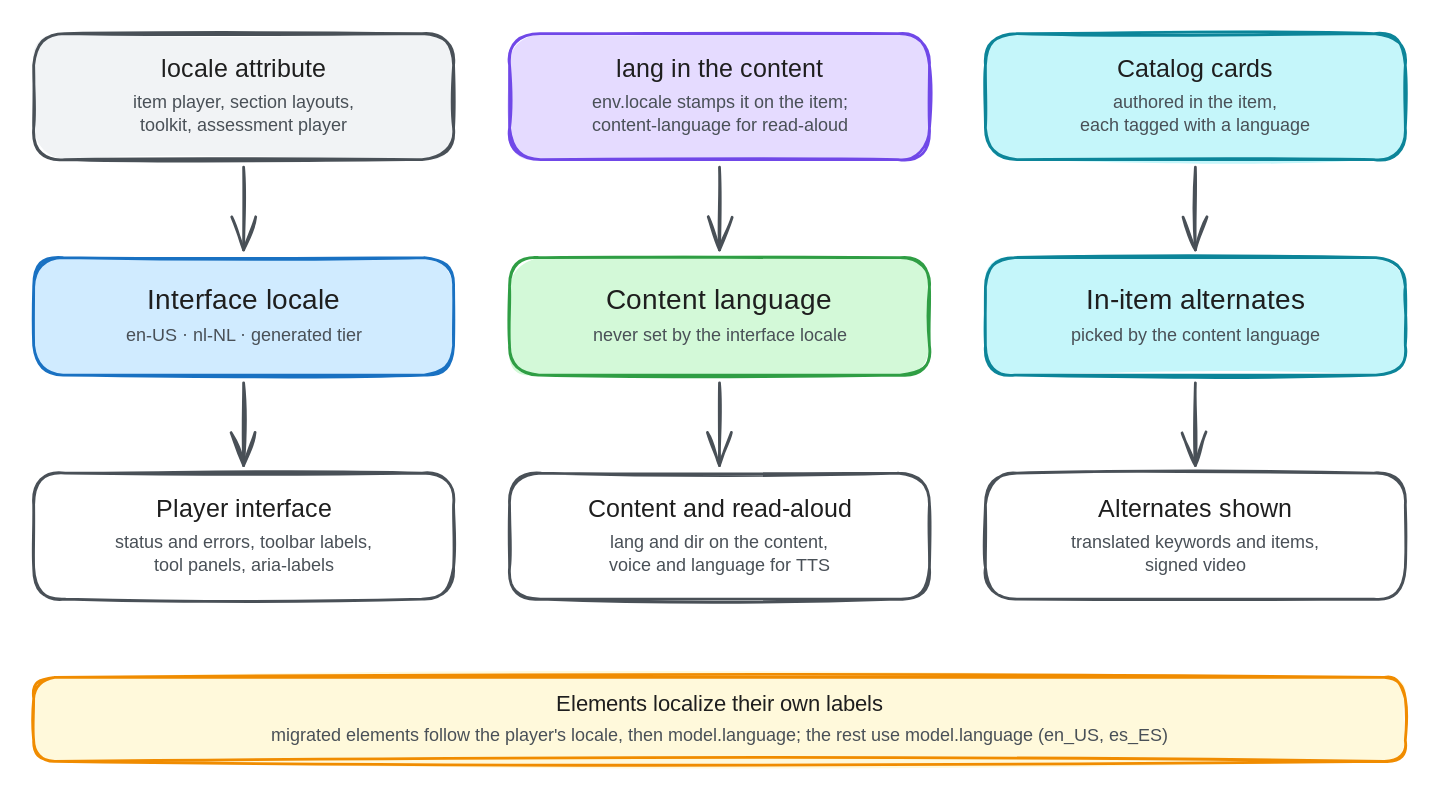
Before: packages/pie-website-app/static/images/diagrams/localization-channels.excalidraw.svg, a diagram exported from Excalidraw (pie-framework/pie-website-ng). Source tidied: one line per element, renumbered; positions are measured from the earlier drawing's top-left corner, leaving out a move shared by most shapes. The source it was exported from:
```json
{"id": 0, "type": "rectangle", "strokeColor": "#495057", "backgroundColor": "#f1f3f5", "fillStyle": "solid", "strokeWidth": 2, "roughness": 1, "round": true, "x": 0, "y": 0, "width": 300, "height": 90}
{"id": 1, "type": "text", "text": "locale attribute", "strokeColor": "#1e1e1e", "strokeWidth": 2, "roughness": 1, "fontSize": 18, "fontFamily": 5, "textAlign": "center", "x": 81, "y": 16, "width": 137, "height": 22}
{"id": 2, "type": "text", "text": "item player, section layouts,\ntoolkit, assessment player", "strokeColor": "#495057", "strokeWidth": 2, "roughness": 1, "fontSize": 13, "fontFamily": 5, "textAlign": "center", "x": 62, "y": 42, "width": 176, "height": 32}
{"id": 3, "type": "rectangle", "strokeColor": "#1971c2", "backgroundColor": "#d0ebff", "fillStyle": "solid", "strokeWidth": 2, "roughness": 1, "round": true, "x": 0, "y": 160, "width": 300, "height": 84}
{"id": 4, "type": "text", "text": "Interface locale", "strokeColor": "#1e1e1e", "strokeWidth": 2, "roughness": 1, "fontSize": 20, "fontFamily": 5, "textAlign": "center", "x": 72, "y": 179, "width": 155, "height": 25}
{"id": 5, "type": "text", "text": "en-US · nl-NL · generated tier", "strokeColor": "#495057", "strokeWidth": 2, "roughness": 1, "fontSize": 13, "fontFamily": 5, "textAlign": "center", "x": 51, "y": 208, "width": 197, "height": 16}
{"id": 6, "type": "rectangle", "strokeColor": "#495057", "backgroundColor": "#ffffff", "fillStyle": "solid", "strokeWidth": 2, "roughness": 1, "round": true, "x": 0, "y": 314, "width": 300, "height": 90}
{"id": 7, "type": "text", "text": "Player interface", "strokeColor": "#1e1e1e", "strokeWidth": 2, "roughness": 1, "fontSize": 18, "fontFamily": 5, "textAlign": "center", "x": 80, "y": 330, "width": 140, "height": 22}
{"id": 8, "type": "text", "text": "status and errors, toolbar labels,\ntool panels, aria-labels", "strokeColor": "#495057", "strokeWidth": 2, "roughness": 1, "fontSize": 13, "fontFamily": 5, "textAlign": "center", "x": 44, "y": 356, "width": 211, "height": 32}
{"id": 9, "type": "rectangle", "strokeColor": "#7048e8", "backgroundColor": "#e5dbff", "fillStyle": "solid", "strokeWidth": 2, "roughness": 1, "round": true, "x": 340, "y": 0, "width": 300, "height": 90}
{"id": 10, "type": "text", "text": "lang in the content", "strokeColor": "#1e1e1e", "strokeWidth": 2, "roughness": 1, "fontSize": 18, "fontFamily": 5, "textAlign": "center", "x": 406, "y": 16, "width": 168, "height": 22}
{"id": 11, "type": "text", "text": "env.locale stamps it on the item;\ncontent-language for read-aloud", "strokeColor": "#495057", "strokeWidth": 2, "roughness": 1, "fontSize": 13, "fontFamily": 5, "textAlign": "center", "x": 382, "y": 42, "width": 217, "height": 32}
{"id": 12, "type": "rectangle", "strokeColor": "#2f9e44", "backgroundColor": "#d3f9d8", "fillStyle": "solid", "strokeWidth": 2, "roughness": 1, "round": true, "x": 340, "y": 160, "width": 300, "height": 84}
{"id": 13, "type": "text", "text": "Content language", "strokeColor": "#1e1e1e", "strokeWidth": 2, "roughness": 1, "fontSize": 20, "fontFamily": 5, "textAlign": "center", "x": 406, "y": 179, "width": 168, "height": 25}
{"id": 14, "type": "text", "text": "never set by the interface locale", "strokeColor": "#495057", "strokeWidth": 2, "roughness": 1, "fontSize": 13, "fontFamily": 5, "textAlign": "center", "x": 382, "y": 208, "width": 217, "height": 16}
{"id": 15, "type": "rectangle", "strokeColor": "#495057", "backgroundColor": "#ffffff", "fillStyle": "solid", "strokeWidth": 2, "roughness": 1, "round": true, "x": 340, "y": 314, "width": 300, "height": 90}
{"id": 16, "type": "text", "text": "Content and read-aloud", "strokeColor": "#1e1e1e", "strokeWidth": 2, "roughness": 1, "fontSize": 18, "fontFamily": 5, "textAlign": "center", "x": 391, "y": 330, "width": 198, "height": 22}
{"id": 17, "type": "text", "text": "lang and dir on the content,\nvoice and language for TTS", "strokeColor": "#495057", "strokeWidth": 2, "roughness": 1, "fontSize": 13, "fontFamily": 5, "textAlign": "center", "x": 398, "y": 356, "width": 184, "height": 32}
{"id": 18, "type": "rectangle", "strokeColor": "#0c8599", "backgroundColor": "#c5f6fa", "fillStyle": "solid", "strokeWidth": 2, "roughness": 1, "round": true, "x": 680, "y": 0, "width": 300, "height": 90}
{"id": 19, "type": "text", "text": "Catalog cards", "strokeColor": "#1e1e1e", "strokeWidth": 2, "roughness": 1, "fontSize": 18, "fontFamily": 5, "textAlign": "center", "x": 769, "y": 16, "width": 122, "height": 22}
{"id": 20, "type": "text", "text": "authored in the item,\neach tagged with a language", "strokeColor": "#495057", "strokeWidth": 2, "roughness": 1, "fontSize": 13, "fontFamily": 5, "textAlign": "center", "x": 740, "y": 42, "width": 181, "height": 32}
{"id": 21, "type": "rectangle", "strokeColor": "#0c8599", "backgroundColor": "#c5f6fa", "fillStyle": "solid", "strokeWidth": 2, "roughness": 1, "round": true, "x": 680, "y": 160, "width": 300, "height": 84}
{"id": 22, "type": "text", "text": "In-item alternates", "strokeColor": "#1e1e1e", "strokeWidth": 2, "roughness": 1, "fontSize": 20, "fontFamily": 5, "textAlign": "center", "x": 741, "y": 179, "width": 178, "height": 25}
{"id": 23, "type": "text", "text": "picked by the content language", "strokeColor": "#495057", "strokeWidth": 2, "roughness": 1, "fontSize": 13, "fontFamily": 5, "textAlign": "center", "x": 731, "y": 208, "width": 198, "height": 16}
{"id": 24, "type": "rectangle", "strokeColor": "#495057", "backgroundColor": "#ffffff", "fillStyle": "solid", "strokeWidth": 2, "roughness": 1, "round": true, "x": 680, "y": 314, "width": 300, "height": 90}
{"id": 25, "type": "text", "text": "Alternates shown", "strokeColor": "#1e1e1e", "strokeWidth": 2, "roughness": 1, "fontSize": 18, "fontFamily": 5, "textAlign": "center", "x": 754, "y": 330, "width": 152, "height": 22}
{"id": 26, "type": "text", "text": "translated keywords and items,\nsigned video", "strokeColor": "#495057", "strokeWidth": 2, "roughness": 1, "fontSize": 13, "fontFamily": 5, "textAlign": "center", "x": 731, "y": 356, "width": 198, "height": 32}
{"id": 27, "type": "rectangle", "strokeColor": "#f08c00", "backgroundColor": "#fff9db", "fillStyle": "solid", "strokeWidth": 2, "roughness": 1, "round": true, "x": 0, "y": 460, "width": 980, "height": 60}
{"id": 28, "type": "text", "text": "Elements localize their own labels", "strokeColor": "#1e1e1e", "strokeWidth": 2, "roughness": 1, "fontSize": 16, "fontFamily": 5, "textAlign": "center", "x": 358, "y": 470, "width": 263, "height": 20}
{"id": 29, "type": "text", "text": "migrated elements follow the player's locale, then model.language; the rest use model.language (en_US, es_ES)", "strokeColor": "#495057", "strokeWidth": 2, "roughness": 1, "fontSize": 13, "fontFamily": 5, "textAlign": "center", "x": 132, "y": 494, "width": 716, "height": 16}
{"id": 30, "type": "arrow", "strokeColor": "#495057", "strokeWidth": 2, "roughness": 1, "endArrowhead": "arrow", "from": 0, "to": 3, "x": 150, "y": 96, "width": 0, "height": 59, "points": [[0, 0], [0, 59]]}
{"id": 31, "type": "arrow", "strokeColor": "#495057", "strokeWidth": 2, "roughness": 1, "endArrowhead": "arrow", "from": 3, "to": 6, "x": 150, "y": 250, "width": 0, "height": 59, "points": [[0, 0], [0, 59]]}
{"id": 32, "type": "arrow", "strokeColor": "#495057", "strokeWidth": 2, "roughness": 1, "endArrowhead": "arrow", "from": 9, "to": 12, "x": 490, "y": 96, "width": 0, "height": 59, "points": [[0, 0], [0, 59]]}
{"id": 33, "type": "arrow", "strokeColor": "#495057", "strokeWidth": 2, "roughness": 1, "endArrowhead": "arrow", "from": 12, "to": 15, "x": 490, "y": 250, "width": 0, "height": 59, "points": [[0, 0], [0, 59]]}
{"id": 34, "type": "arrow", "strokeColor": "#495057", "strokeWidth": 2, "roughness": 1, "endArrowhead": "arrow", "from": 18, "to": 21, "x": 830, "y": 96, "width": 0, "height": 59, "points": [[0, 0], [0, 59]]}
{"id": 35, "type": "arrow", "strokeColor": "#495057", "strokeWidth": 2, "roughness": 1, "endArrowhead": "arrow", "from": 21, "to": 24, "x": 830, "y": 250, "width": 0, "height": 59, "points": [[0, 0], [0, 59]]}
```
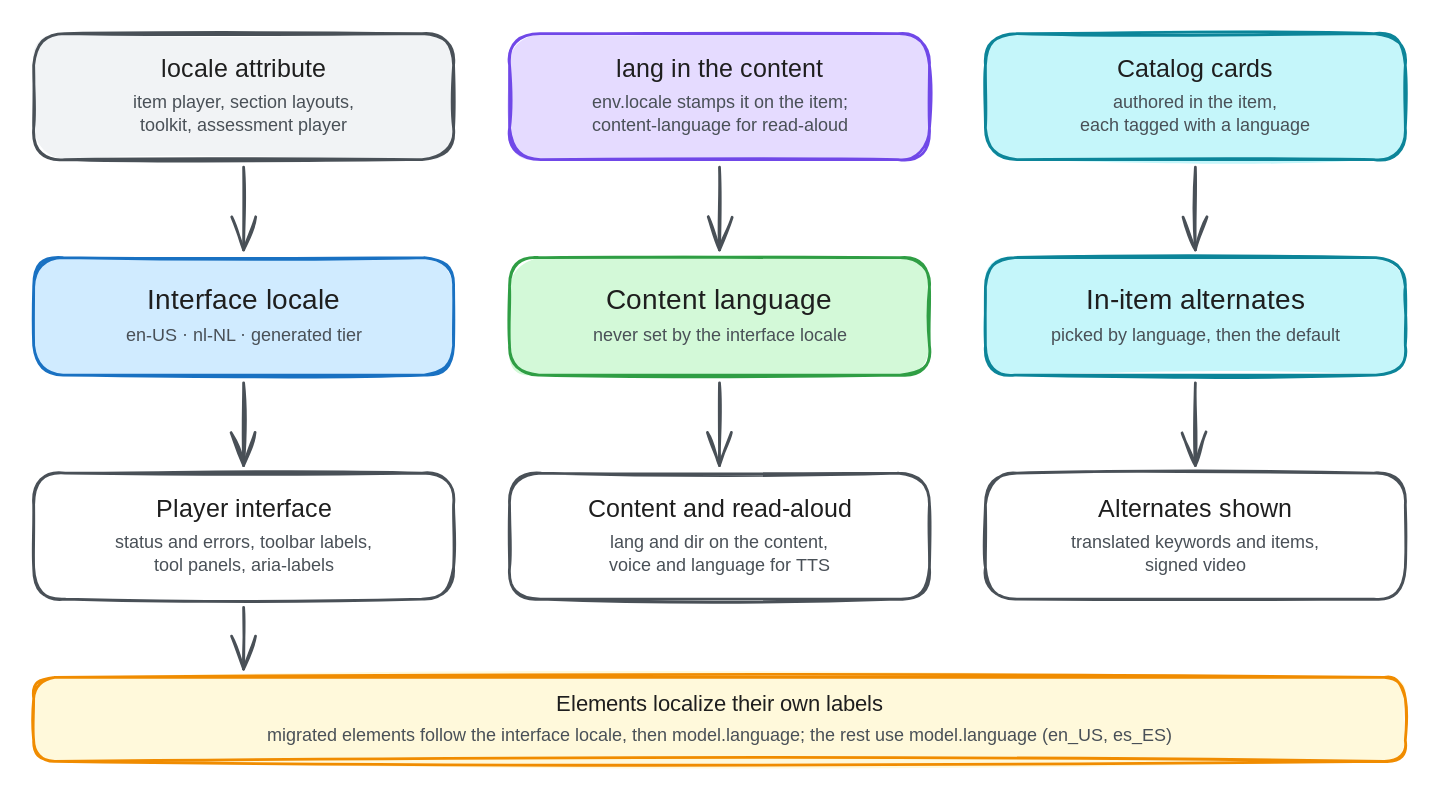
After the commit.

Commit message:
docs: link element labels to the interface locale in the localization diagram

What changed in the source:
```diff
@@ -21,16 +21,17 @@
 {"id": 20, "type": "text", "text": "authored in the item,\neach tagged with a language", "strokeColor": "#495057", "strokeWidth": 2, "roughness": 1, "fontSize": 13, "fontFamily": 5, "textAlign": "center", "x": 740, "y": 42, "width": 181, "height": 32}
 {"id": 21, "type": "rectangle", "strokeColor": "#0c8599", "backgroundColor": "#c5f6fa", "fillStyle": "solid", "strokeWidth": 2, "roughness": 1, "round": true, "x": 680, "y": 160, "width": 300, "height": 84}
 {"id": 22, "type": "text", "text": "In-item alternates", "strokeColor": "#1e1e1e", "strokeWidth": 2, "roughness": 1, "fontSize": 20, "fontFamily": 5, "textAlign": "center", "x": 741, "y": 179, "width": 178, "height": 25}
-{"id": 23, "type": "text", "text": "picked by the content language", "strokeColor": "#495057", "strokeWidth": 2, "roughness": 1, "fontSize": 13, "fontFamily": 5, "textAlign": "center", "x": 731, "y": 208, "width": 198, "height": 16}
+{"id": 23, "type": "text", "text": "picked by language, then the default", "strokeColor": "#495057", "strokeWidth": 2, "roughness": 1, "fontSize": 13, "fontFamily": 5, "textAlign": "center", "x": 712, "y": 208, "width": 237, "height": 16}
 {"id": 24, "type": "rectangle", "strokeColor": "#495057", "backgroundColor": "#ffffff", "fillStyle": "solid", "strokeWidth": 2, "roughness": 1, "round": true, "x": 680, "y": 314, "width": 300, "height": 90}
 {"id": 25, "type": "text", "text": "Alternates shown", "strokeColor": "#1e1e1e", "strokeWidth": 2, "roughness": 1, "fontSize": 18, "fontFamily": 5, "textAlign": "center", "x": 754, "y": 330, "width": 152, "height": 22}
 {"id": 26, "type": "text", "text": "translated keywords and items,\nsigned video", "strokeColor": "#495057", "strokeWidth": 2, "roughness": 1, "fontSize": 13, "fontFamily": 5, "textAlign": "center", "x": 731, "y": 356, "width": 198, "height": 32}
 {"id": 27, "type": "rectangle", "strokeColor": "#f08c00", "backgroundColor": "#fff9db", "fillStyle": "solid", "strokeWidth": 2, "roughness": 1, "round": true, "x": 0, "y": 460, "width": 980, "height": 60}
 {"id": 28, "type": "text", "text": "Elements localize their own labels", "strokeColor": "#1e1e1e", "strokeWidth": 2, "roughness": 1, "fontSize": 16, "fontFamily": 5, "textAlign": "center", "x": 358, "y": 470, "width": 263, "height": 20}
-{"id": 29, "type": "text", "text": "migrated elements follow the player's locale, then model.language; the rest use model.language (en_US, es_ES)", "strokeColor": "#495057", "strokeWidth": 2, "roughness": 1, "fontSize": 13, "fontFamily": 5, "textAlign": "center", "x": 132, "y": 494, "width": 716, "height": 16}
+{"id": 29, "type": "text", "text": "migrated elements follow the interface locale, then model.language; the rest use model.language (en_US, es_ES)", "strokeColor": "#495057", "strokeWidth": 2, "roughness": 1, "fontSize": 13, "fontFamily": 5, "textAlign": "center", "x": 129, "y": 494, "width": 723, "height": 16}
 {"id": 30, "type": "arrow", "strokeColor": "#495057", "strokeWidth": 2, "roughness": 1, "endArrowhead": "arrow", "from": 0, "to": 3, "x": 150, "y": 96, "width": 0, "height": 59, "points": [[0, 0], [0, 59]]}
 {"id": 31, "type": "arrow", "strokeColor": "#495057", "strokeWidth": 2, "roughness": 1, "endArrowhead": "arrow", "from": 3, "to": 6, "x": 150, "y": 250, "width": 0, "height": 59, "points": [[0, 0], [0, 59]]}
 {"id": 32, "type": "arrow", "strokeColor": "#495057", "strokeWidth": 2, "roughness": 1, "endArrowhead": "arrow", "from": 9, "to": 12, "x": 490, "y": 96, "width": 0, "height": 59, "points": [[0, 0], [0, 59]]}
 {"id": 33, "type": "arrow", "strokeColor": "#495057", "strokeWidth": 2, "roughness": 1, "endArrowhead": "arrow", "from": 12, "to": 15, "x": 490, "y": 250, "width": 0, "height": 59, "points": [[0, 0], [0, 59]]}
 {"id": 34, "type": "arrow", "strokeColor": "#495057", "strokeWidth": 2, "roughness": 1, "endArrowhead": "arrow", "from": 18, "to": 21, "x": 830, "y": 96, "width": 0, "height": 59, "points": [[0, 0], [0, 59]]}
 {"id": 35, "type": "arrow", "strokeColor": "#495057", "strokeWidth": 2, "roughness": 1, "endArrowhead": "arrow", "from": 21, "to": 24, "x": 830, "y": 250, "width": 0, "height": 59, "points": [[0, 0], [0, 59]]}
+{"id": 36, "type": "arrow", "strokeColor": "#495057", "strokeWidth": 2, "roughness": 1, "endArrowhead": "arrow", "from": 6, "to": 27, "x": 150, "y": 410, "width": 0, "height": 44, "points": [[0, 0], [0, 44]]}
```
